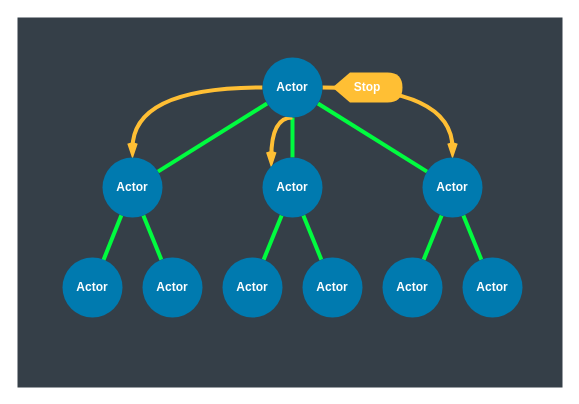
The draw.io diagram page "3_3_3" (11 of 24) of hugo/content/docs/images/diagrams.drawio in asynkron/protoactor-website, before the edit. Source tidied: cells renumbered, new cells numbered last; positions are measured from the earlier drawing's top-left corner, leaving out a move shared by most shapes. Both pictures are drawn from the tidied source at 100%, with x=0, y=0 at pixel (17, 17).
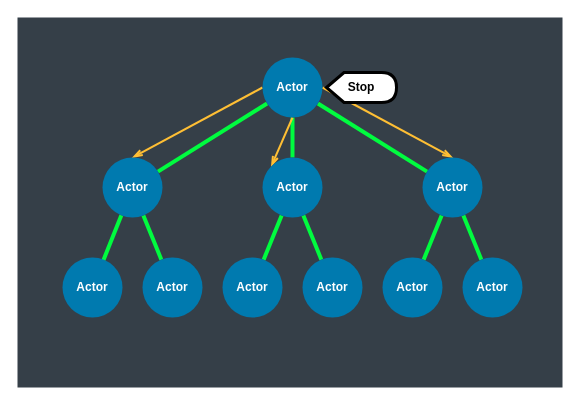
The same page after the edit.

The change refers to these unchanged cells:
```xml
<mxCell id="9" value="Actor" style="ellipse;whiteSpace=wrap;html=1;strokeWidth=3;fontColor=#FFFFFF;fontStyle=1;fillColor=#007AAF;strokeColor=none;" parent="1" vertex="1">
  <mxGeometry x="245" y="40" width="60" height="60" as="geometry" />
</mxCell>
<mxCell id="13" value="Actor" style="ellipse;whiteSpace=wrap;html=1;strokeWidth=3;fontColor=#FFFFFF;fontStyle=1;fillColor=#007AAF;strokeColor=none;" parent="10" vertex="1">
  <mxGeometry x="40" width="60" height="60" as="geometry" />
</mxCell>
<mxCell id="19" value="Actor" style="ellipse;whiteSpace=wrap;html=1;strokeWidth=3;fontColor=#FFFFFF;fontStyle=1;fillColor=#007AAF;strokeColor=none;" parent="16" vertex="1">
  <mxGeometry x="40" width="60" height="60" as="geometry" />
</mxCell>
<mxCell id="25" value="Actor" style="ellipse;whiteSpace=wrap;html=1;strokeWidth=3;fontColor=#FFFFFF;fontStyle=1;fillColor=#007AAF;strokeColor=none;" parent="1" vertex="1">
  <mxGeometry x="245" y="140" width="60" height="60" as="geometry" />
</mxCell>
```

Diff of the diagram source:
```diff
@@
-    <mxCell id="6" style="edgeStyle=orthogonalEdgeStyle;curved=1;rounded=1;sketch=0;jumpStyle=none;jettySize=auto;html=1;exitX=0;exitY=0.5;exitDx=0;exitDy=0;entryX=0.5;entryY=0;entryDx=0;entryDy=0;shadow=0;endArrow=openThin;endFill=0;strokeWidth=4;fontSize=12;fontColor=#4D4D4D;strokeColor=#FFBF34;" parent="1" edge="1" source="9" target="13">
+    <mxCell id="6" style="rounded=1;sketch=0;jumpStyle=none;jettySize=auto;html=1;exitX=0;exitY=0.5;exitDx=0;exitDy=0;entryX=0.5;entryY=0;entryDx=0;entryDy=0;shadow=0;endArrow=openThin;endFill=0;strokeWidth=2;fontSize=12;fontColor=#4D4D4D;strokeColor=#FFBF34;" parent="1" edge="1" source="9" target="13">
       <mxGeometry relative="1" as="geometry" />
     </mxCell>
-    <mxCell id="7" style="edgeStyle=orthogonalEdgeStyle;curved=1;rounded=1;sketch=0;jumpStyle=none;jettySize=auto;html=1;exitX=1;exitY=0.5;exitDx=0;exitDy=0;entryX=0.5;entryY=0;entryDx=0;entryDy=0;shadow=0;endArrow=openThin;endFill=0;strokeWidth=4;fontSize=12;fontColor=#4D4D4D;strokeColor=#FFBF34;" parent="1" edge="1" source="9" target="19">
+    <mxCell id="7" style="rounded=1;sketch=0;jumpStyle=none;jettySize=auto;html=1;exitX=1;exitY=0.5;exitDx=0;exitDy=0;entryX=0.5;entryY=0;entryDx=0;entryDy=0;shadow=0;endArrow=openThin;endFill=0;strokeWidth=2;fontSize=12;fontColor=#4D4D4D;strokeColor=#FFBF34;" parent="1" edge="1" source="9" target="19">
       <mxGeometry relative="1" as="geometry" />
     </mxCell>
-    <mxCell id="8" style="edgeStyle=orthogonalEdgeStyle;curved=1;rounded=1;sketch=0;jumpStyle=none;jettySize=auto;html=1;exitX=0.5;exitY=1;exitDx=0;exitDy=0;entryX=0;entryY=0;entryDx=0;entryDy=0;shadow=0;endArrow=openThin;endFill=0;strokeColor=#FFBF34;strokeWidth=4;fontSize=12;fontColor=#4D4D4D;" parent="1" edge="1" source="9" target="25">
-      <mxGeometry relative="1" as="geometry">
-        <Array as="points">
-          <mxPoint x="254" y="100" />
-        </Array>
-      </mxGeometry>
+    <mxCell id="8" style="rounded=1;sketch=0;jumpStyle=none;jettySize=auto;html=1;exitX=0.5;exitY=1;exitDx=0;exitDy=0;entryX=0;entryY=0;entryDx=0;entryDy=0;shadow=0;endArrow=openThin;endFill=0;strokeColor=#FFBF34;strokeWidth=2;fontSize=12;fontColor=#4D4D4D;" parent="1" edge="1" source="9" target="25">
+      <mxGeometry relative="1" as="geometry" />
     </mxCell>
@@
-    <mxCell id="22" value="Stop" style="shape=display;whiteSpace=wrap;html=1;strokeWidth=3;fontSize=12;align=center;fontStyle=1;strokeColor=none;fillColor=#FFBF34;fontColor=#FFFFFF;" parent="1" vertex="1">
-      <mxGeometry x="315" y="55" width="70" height="30" as="geometry" />
+    <mxCell id="22" value="Stop" style="shape=display;whiteSpace=wrap;html=1;strokeWidth=3;fontSize=12;align=center;fontStyle=1;" parent="1" vertex="1">
+      <mxGeometry x="309" y="55" width="70" height="30" as="geometry" />
     </mxCell>
```
